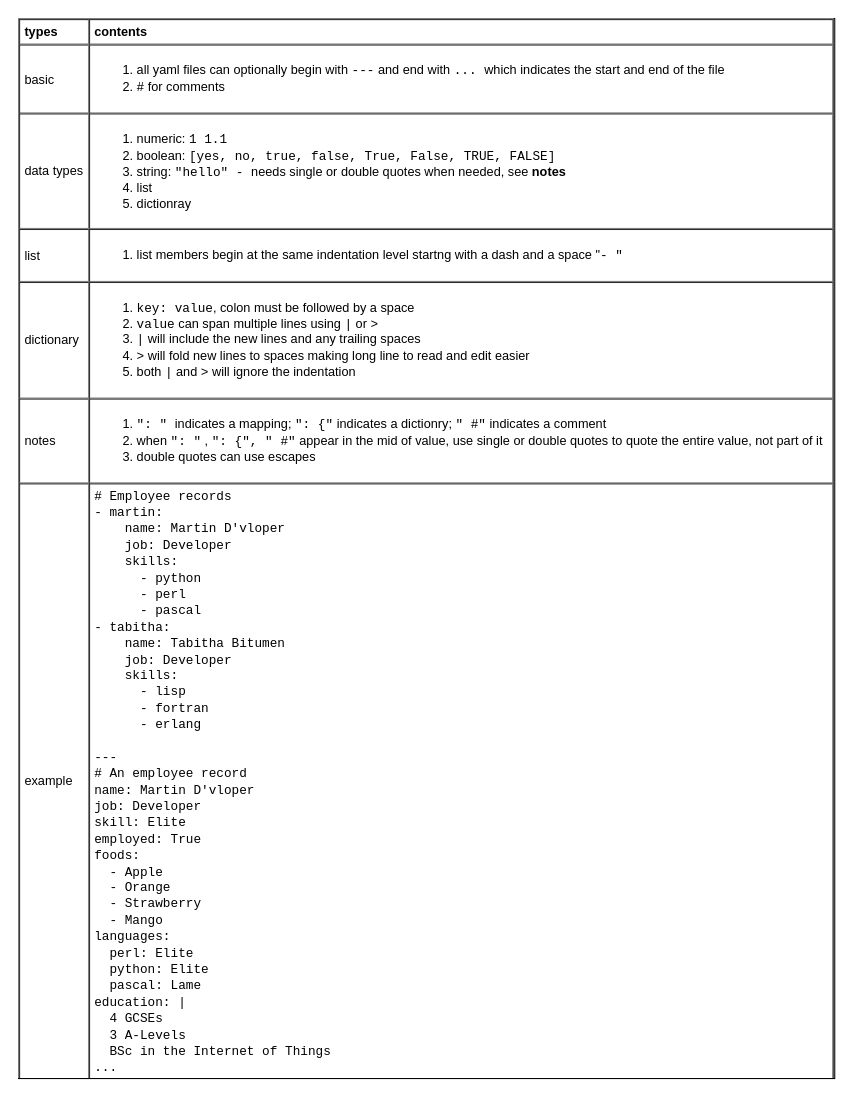
Earlier version of the draw.io diagram page "yaml" (3 of 3) of languages/common/data_format.drawio (yangdj/tf_docs). Source tidied: cells renumbered, new cells numbered last; positions are measured from the earlier drawing's top-left corner, leaving out a move shared by most shapes. Both pictures are drawn from the tidied source at 106%, with x=0, y=0 at pixel (18, 18).
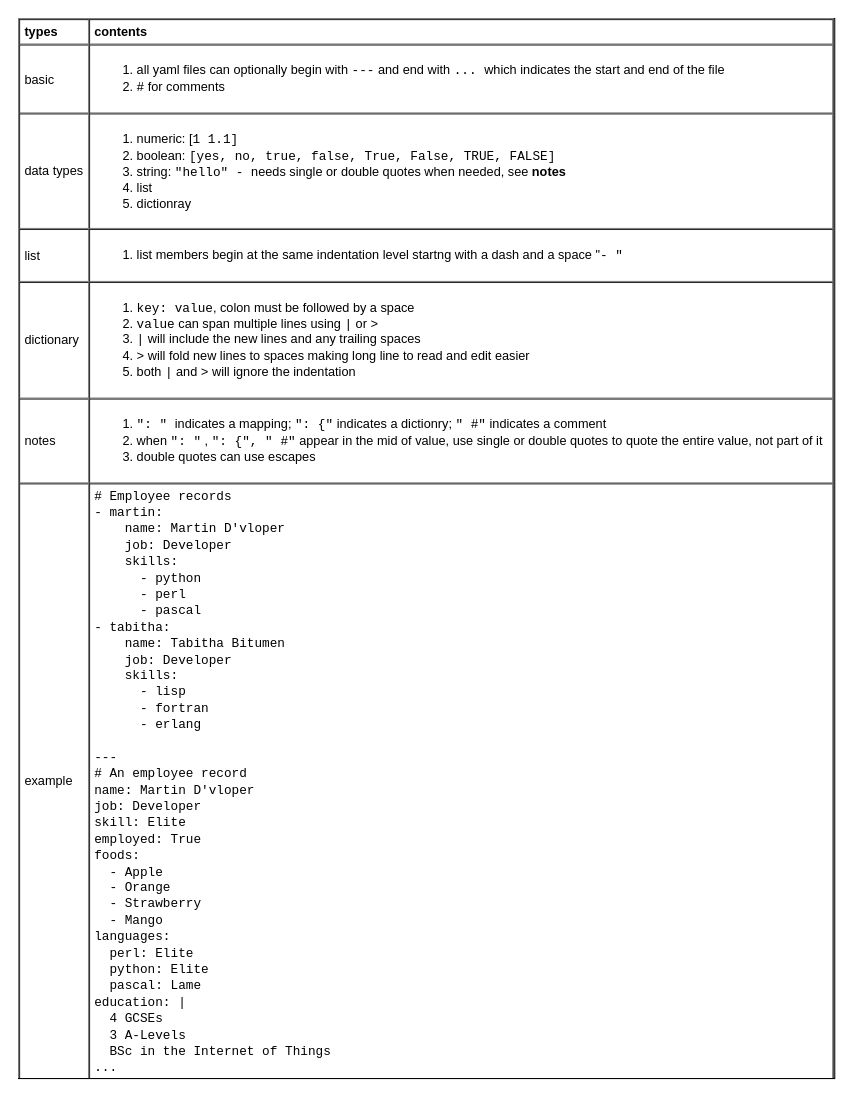
The same diagram, later.

What changed in the source:
```diff
@@
 <mxGraphModel>
   <root>
     <mxCell id="0" />
     <mxCell id="1" parent="0" />
-    <mxCell id="2" value="&lt;table cellpadding=&quot;4&quot; cellspacing=&quot;0&quot; border=&quot;1&quot; style=&quot;font-size: 1em ; width: 100% ; height: 100%&quot;&gt;&lt;tbody&gt;&lt;tr&gt;&lt;th&gt;types&lt;/th&gt;&lt;th&gt;contents&lt;/th&gt;&lt;/tr&gt;&lt;tr&gt;&lt;td&gt;basic&lt;/td&gt;&lt;td&gt;&lt;ol&gt;&lt;li&gt;all yaml files can optionally begin with &lt;font face=&quot;Courier New&quot;&gt;---&lt;/font&gt; and end with &lt;font face=&quot;Courier New&quot;&gt;... &lt;/font&gt;which&amp;nbsp;indicates the start and end of the file&lt;/li&gt;&lt;li&gt;&lt;font face=&quot;Courier New&quot;&gt;#&lt;/font&gt;&amp;nbsp;for comments&lt;/li&gt;&lt;/ol&gt;&lt;/td&gt;&lt;/tr&gt;&lt;tr&gt;&lt;td&gt;data types&lt;/td&gt;&lt;td&gt;&lt;ol&gt;&lt;li&gt;numeric: &lt;font face=&quot;Courier New&quot;&gt;1 1.1&lt;/font&gt;&lt;/li&gt;&lt;li&gt;boolean:&amp;nbsp;&lt;font face=&quot;Courier New&quot;&gt;[yes, no, true, false, True, False, TRUE, FALSE]&lt;/font&gt;&lt;/li&gt;&lt;li&gt;string: &lt;font face=&quot;Courier New&quot;&gt;&quot;hello&quot; - &lt;/font&gt;needs single or double quotes when needed, see &lt;b&gt;notes&lt;/b&gt;&lt;/li&gt;&lt;li&gt;&lt;span style=&quot;font-size: 1em&quot;&gt;list&lt;/span&gt;&lt;br&gt;&lt;/li&gt;&lt;li&gt;dictionray&lt;/li&gt;&lt;/ol&gt;&lt;/td&gt;&lt;/tr&gt;&lt;tr&gt;&lt;td&gt;list&lt;/td&gt;&lt;td&gt;&lt;ol&gt;&lt;li&gt;list members begin at the same indentation level startng with a dash and a space &quot;&lt;font face=&quot;Courier New&quot;&gt;- &quot;&lt;/font&gt;&lt;/li&gt;&lt;/ol&gt;&lt;/td&gt;&lt;/tr&gt;&lt;tr&gt;&lt;td&gt;dictionary&lt;/td&gt;&lt;td&gt;&lt;ol&gt;&lt;li&gt;&lt;font face=&quot;Courier New&quot;&gt;key: value&lt;/font&gt;,&amp;nbsp;colon must be followed by a space&lt;/li&gt;&lt;li&gt;&lt;font face=&quot;Courier New&quot;&gt;value&lt;/font&gt; can span multiple lines using &lt;font face=&quot;Courier New&quot;&gt;|&lt;/font&gt; or &lt;font face=&quot;Courier New&quot;&gt;&amp;gt;&lt;/font&gt;&lt;/li&gt;&lt;li&gt;&lt;font face=&quot;Courier New&quot;&gt;|&lt;/font&gt; will include the new lines and any trailing spaces&lt;/li&gt;&lt;li&gt;&lt;font face=&quot;Courier New&quot;&gt;&amp;gt;&lt;/font&gt; will fold new lines to spaces making long line to read and edit easier&lt;/li&gt;&lt;li&gt;both &lt;font face=&quot;Courier New&quot;&gt;|&lt;/font&gt; and &lt;font face=&quot;Courier New&quot;&gt;&amp;gt;&lt;/font&gt; will ignore the indentation&lt;/li&gt;&lt;/ol&gt;&lt;/td&gt;&lt;/tr&gt;&lt;tr&gt;&lt;td&gt;notes&lt;/td&gt;&lt;td&gt;&lt;ol&gt;&lt;li&gt;&lt;font face=&quot;Courier New&quot;&gt;&quot;: &quot; &lt;/font&gt;indicates a mapping;&amp;nbsp;&lt;font face=&quot;Courier New&quot;&gt;&quot;: {&quot;&lt;/font&gt; indicates a dictionry; &lt;font face=&quot;Courier New&quot;&gt;&quot; #&quot;&lt;/font&gt; indicates a comment&lt;/li&gt;&lt;li&gt;when &lt;font face=&quot;Courier New&quot;&gt;&quot;: &quot;&lt;/font&gt;&amp;nbsp;,&amp;nbsp;&lt;font face=&quot;Courier New&quot;&gt;&quot;: {&quot;, &quot; #&quot;&lt;/font&gt; appear&amp;nbsp;in the mid of value, use single or double quotes to quote the entire value, not part of it&lt;/li&gt;&lt;li&gt;double quotes can use escapes&lt;/li&gt;&lt;/ol&gt;&lt;/td&gt;&lt;/tr&gt;&lt;tr&gt;&lt;td&gt;example&lt;/td&gt;&lt;td&gt;&lt;font face=&quot;Courier New&quot;&gt;# Employee records&lt;br&gt;- martin: &lt;br&gt;&amp;nbsp; &amp;nbsp; name: Martin D'vloper&lt;br&gt;&amp;nbsp; &amp;nbsp; job: Developer&lt;br&gt;&amp;nbsp; &amp;nbsp; skills:&lt;br&gt;&amp;nbsp; &amp;nbsp; &amp;nbsp; - python&lt;br&gt;&amp;nbsp; &amp;nbsp; &amp;nbsp; - perl&lt;br&gt;&amp;nbsp; &amp;nbsp; &amp;nbsp; - pascal&lt;br&gt;- tabitha:&lt;br&gt;&amp;nbsp; &amp;nbsp; name: Tabitha Bitumen&lt;br&gt;&amp;nbsp; &amp;nbsp; job: Developer&lt;br&gt;&amp;nbsp; &amp;nbsp; skills:&lt;br&gt;&amp;nbsp; &amp;nbsp; &amp;nbsp; - lisp&lt;br&gt;&amp;nbsp; &amp;nbsp; &amp;nbsp; - fortran&lt;br&gt;&amp;nbsp; &amp;nbsp; &amp;nbsp; - erlang&lt;br&gt;&lt;br&gt;--- &lt;br&gt;# An employee record&lt;br&gt;name: Martin D'vloper&lt;br&gt;job: Developer&lt;br&gt;skill: Elite&lt;br&gt;employed: True&lt;br&gt;foods:&lt;br&gt;&amp;nbsp; - Apple&lt;br&gt;&amp;nbsp; - Orange&lt;br&gt;&amp;nbsp; - Strawberry&lt;br&gt;&amp;nbsp; - Mango&lt;br&gt;languages:&lt;br&gt;&amp;nbsp; perl: Elite&lt;br&gt;&amp;nbsp; python: Elite&lt;br&gt;&amp;nbsp; pascal: Lame&lt;br&gt;education: |&lt;br&gt;&amp;nbsp; 4 GCSEs&lt;br&gt;&amp;nbsp; 3 A-Levels&lt;br&gt;&amp;nbsp; BSc in the Internet of Things&lt;br&gt;...&lt;/font&gt;&lt;/td&gt;&lt;/tr&gt;&lt;/tbody&gt;&lt;/table&gt; " style="verticalAlign=top;align=left;overflow=fill;fontSize=12;fontFamily=Helvetica;html=1;" parent="1" vertex="1">
+    <mxCell id="2" value="&lt;table cellpadding=&quot;4&quot; cellspacing=&quot;0&quot; border=&quot;1&quot; style=&quot;font-size: 1em ; width: 100% ; height: 100%&quot;&gt;&lt;tbody&gt;&lt;tr&gt;&lt;th&gt;types&lt;/th&gt;&lt;th&gt;contents&lt;/th&gt;&lt;/tr&gt;&lt;tr&gt;&lt;td&gt;basic&lt;/td&gt;&lt;td&gt;&lt;ol&gt;&lt;li&gt;all yaml files can optionally begin with &lt;font face=&quot;Courier New&quot;&gt;---&lt;/font&gt; and end with &lt;font face=&quot;Courier New&quot;&gt;... &lt;/font&gt;which&amp;nbsp;indicates the start and end of the file&lt;/li&gt;&lt;li&gt;&lt;font face=&quot;Courier New&quot;&gt;#&lt;/font&gt;&amp;nbsp;for comments&lt;/li&gt;&lt;/ol&gt;&lt;/td&gt;&lt;/tr&gt;&lt;tr&gt;&lt;td&gt;data types&lt;/td&gt;&lt;td&gt;&lt;ol&gt;&lt;li&gt;numeric: [&lt;font face=&quot;Courier New&quot;&gt;1 1.1]&lt;/font&gt;&lt;/li&gt;&lt;li&gt;boolean:&amp;nbsp;&lt;font face=&quot;Courier New&quot;&gt;[yes, no, true, false, True, False, TRUE, FALSE]&lt;/font&gt;&lt;/li&gt;&lt;li&gt;string: &lt;font face=&quot;Courier New&quot;&gt;&quot;hello&quot; - &lt;/font&gt;needs single or double quotes when needed, see &lt;b&gt;notes&lt;/b&gt;&lt;/li&gt;&lt;li&gt;&lt;span style=&quot;font-size: 1em&quot;&gt;list&lt;/span&gt;&lt;br&gt;&lt;/li&gt;&lt;li&gt;dictionray&lt;/li&gt;&lt;/ol&gt;&lt;/td&gt;&lt;/tr&gt;&lt;tr&gt;&lt;td&gt;list&lt;/td&gt;&lt;td&gt;&lt;ol&gt;&lt;li&gt;list members begin at the same indentation level startng with a dash and a space &quot;&lt;font face=&quot;Courier New&quot;&gt;- &quot;&lt;/font&gt;&lt;/li&gt;&lt;/ol&gt;&lt;/td&gt;&lt;/tr&gt;&lt;tr&gt;&lt;td&gt;dictionary&lt;/td&gt;&lt;td&gt;&lt;ol&gt;&lt;li&gt;&lt;font face=&quot;Courier New&quot;&gt;key: value&lt;/font&gt;,&amp;nbsp;colon must be followed by a space&lt;/li&gt;&lt;li&gt;&lt;font face=&quot;Courier New&quot;&gt;value&lt;/font&gt; can span multiple lines using &lt;font face=&quot;Courier New&quot;&gt;|&lt;/font&gt; or &lt;font face=&quot;Courier New&quot;&gt;&amp;gt;&lt;/font&gt;&lt;/li&gt;&lt;li&gt;&lt;font face=&quot;Courier New&quot;&gt;|&lt;/font&gt; will include the new lines and any trailing spaces&lt;/li&gt;&lt;li&gt;&lt;font face=&quot;Courier New&quot;&gt;&amp;gt;&lt;/font&gt; will fold new lines to spaces making long line to read and edit easier&lt;/li&gt;&lt;li&gt;both &lt;font face=&quot;Courier New&quot;&gt;|&lt;/font&gt; and &lt;font face=&quot;Courier New&quot;&gt;&amp;gt;&lt;/font&gt; will ignore the indentation&lt;/li&gt;&lt;/ol&gt;&lt;/td&gt;&lt;/tr&gt;&lt;tr&gt;&lt;td&gt;notes&lt;/td&gt;&lt;td&gt;&lt;ol&gt;&lt;li&gt;&lt;font face=&quot;Courier New&quot;&gt;&quot;: &quot; &lt;/font&gt;indicates a mapping;&amp;nbsp;&lt;font face=&quot;Courier New&quot;&gt;&quot;: {&quot;&lt;/font&gt; indicates a dictionry; &lt;font face=&quot;Courier New&quot;&gt;&quot; #&quot;&lt;/font&gt; indicates a comment&lt;/li&gt;&lt;li&gt;when &lt;font face=&quot;Courier New&quot;&gt;&quot;: &quot;&lt;/font&gt;&amp;nbsp;,&amp;nbsp;&lt;font face=&quot;Courier New&quot;&gt;&quot;: {&quot;, &quot; #&quot;&lt;/font&gt; appear&amp;nbsp;in the mid of value, use single or double quotes to quote the entire value, not part of it&lt;/li&gt;&lt;li&gt;double quotes can use escapes&lt;/li&gt;&lt;/ol&gt;&lt;/td&gt;&lt;/tr&gt;&lt;tr&gt;&lt;td&gt;example&lt;/td&gt;&lt;td&gt;&lt;font face=&quot;Courier New&quot;&gt;# Employee records&lt;br&gt;- martin: &lt;br&gt;&amp;nbsp; &amp;nbsp; name: Martin D'vloper&lt;br&gt;&amp;nbsp; &amp;nbsp; job: Developer&lt;br&gt;&amp;nbsp; &amp;nbsp; skills:&lt;br&gt;&amp;nbsp; &amp;nbsp; &amp;nbsp; - python&lt;br&gt;&amp;nbsp; &amp;nbsp; &amp;nbsp; - perl&lt;br&gt;&amp;nbsp; &amp;nbsp; &amp;nbsp; - pascal&lt;br&gt;- tabitha:&lt;br&gt;&amp;nbsp; &amp;nbsp; name: Tabitha Bitumen&lt;br&gt;&amp;nbsp; &amp;nbsp; job: Developer&lt;br&gt;&amp;nbsp; &amp;nbsp; skills:&lt;br&gt;&amp;nbsp; &amp;nbsp; &amp;nbsp; - lisp&lt;br&gt;&amp;nbsp; &amp;nbsp; &amp;nbsp; - fortran&lt;br&gt;&amp;nbsp; &amp;nbsp; &amp;nbsp; - erlang&lt;br&gt;&lt;br&gt;--- &lt;br&gt;# An employee record&lt;br&gt;name: Martin D'vloper&lt;br&gt;job: Developer&lt;br&gt;skill: Elite&lt;br&gt;employed: True&lt;br&gt;foods:&lt;br&gt;&amp;nbsp; - Apple&lt;br&gt;&amp;nbsp; - Orange&lt;br&gt;&amp;nbsp; - Strawberry&lt;br&gt;&amp;nbsp; - Mango&lt;br&gt;languages:&lt;br&gt;&amp;nbsp; perl: Elite&lt;br&gt;&amp;nbsp; python: Elite&lt;br&gt;&amp;nbsp; pascal: Lame&lt;br&gt;education: |&lt;br&gt;&amp;nbsp; 4 GCSEs&lt;br&gt;&amp;nbsp; 3 A-Levels&lt;br&gt;&amp;nbsp; BSc in the Internet of Things&lt;br&gt;...&lt;/font&gt;&lt;/td&gt;&lt;/tr&gt;&lt;/tbody&gt;&lt;/table&gt; " style="verticalAlign=top;align=left;overflow=fill;fontSize=12;fontFamily=Helvetica;html=1;" parent="1" vertex="1">
       <mxGeometry width="770" height="1000" as="geometry" />
     </mxCell>
   </root>
 </mxGraphModel>
```
